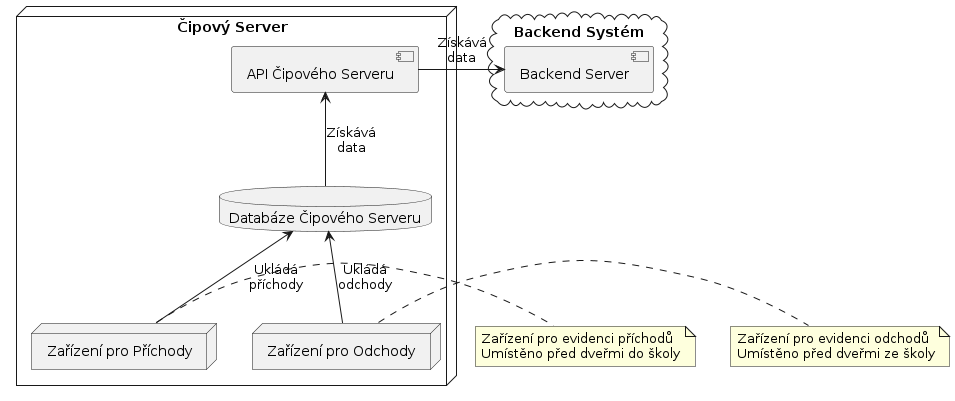
The PlantUML diagram img/backend-cipovy-server.png in DanielADK/tul-prj, before a commit.
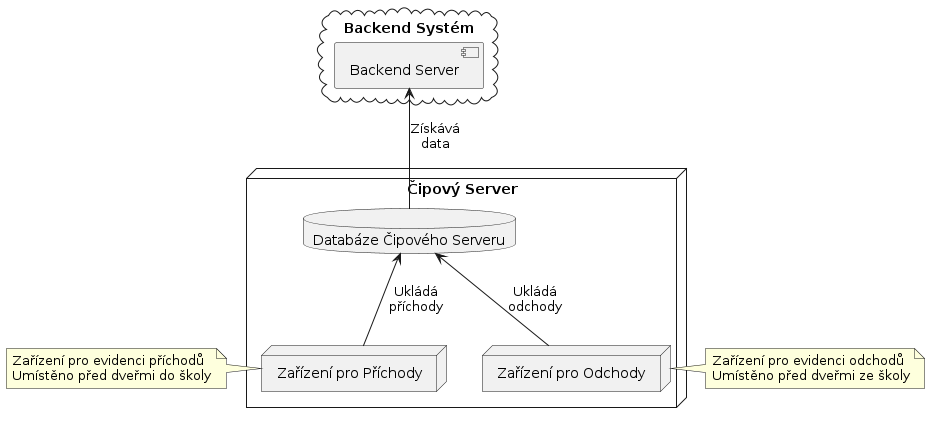
The same file after the commit.

What changed in the source:
```diff
@@ -1,22 +1,19 @@
 @startuml
-
 cloud "Backend Systém" {
     [Backend Server]
 }
 
 node "Čipový Server" {
-    database "Databáze Čipového Serveru"
-    [API Čipového Serveru]
+    database "Databáze Čipového Serveru" as Databaze
     node "Zařízení pro Příchody" as Prichody
     node "Zařízení pro Odchody" as Odchody
 }
 
-[Backend Server] <-left- [API Čipového Serveru] : Získává\ndata
-[API Čipového Serveru] <-down- "Databáze Čipového Serveru" : Získává\ndata
-Prichody -up-> "Databáze Čipového Serveru" : Ukládá\npříchody
-Odchody -up-> "Databáze Čipového Serveru" : Ukládá\nodchody
+[Backend Server] <-down- Databaze : Získává\ndata
+Prichody -up-> Databaze : Ukládá\npříchody
+Odchody -up-> Databaze : Ukládá\nodchody
 
-note right of Prichody
+note left of Prichody
   Zařízení pro evidenci příchodů
   Umístěno před dveřmi do školy
 end note
@@ -25,5 +22,4 @@
   Zařízení pro evidenci odchodů
   Umístěno před dveřmi ze školy
 end note
-
 @enduml
```
